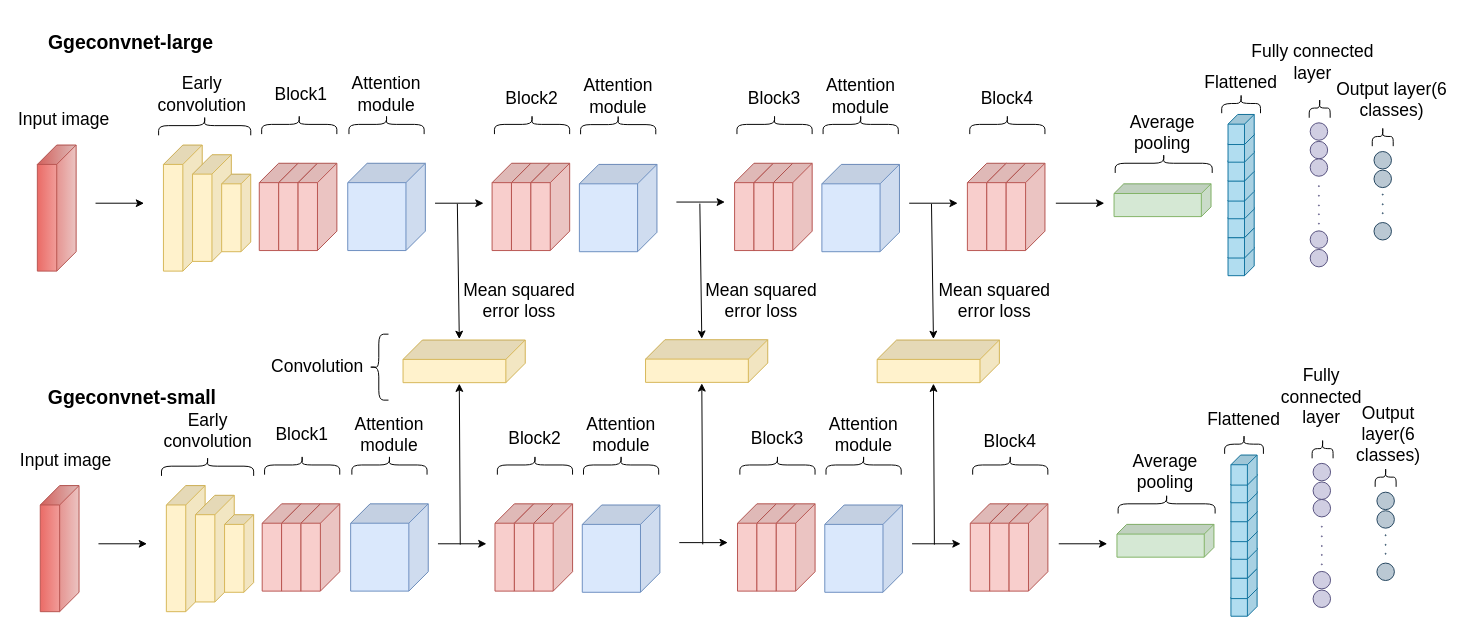
Before: proposed_network.drawio in semihhdemirel/semihhdemirel, a draw.io diagram. Source tidied: cells renumbered, new cells numbered last; positions are measured from the earlier drawing's top-left corner, leaving out a move shared by most shapes. Both pictures are drawn from the tidied source at 97%, with x=0, y=0 at pixel (16, 16).
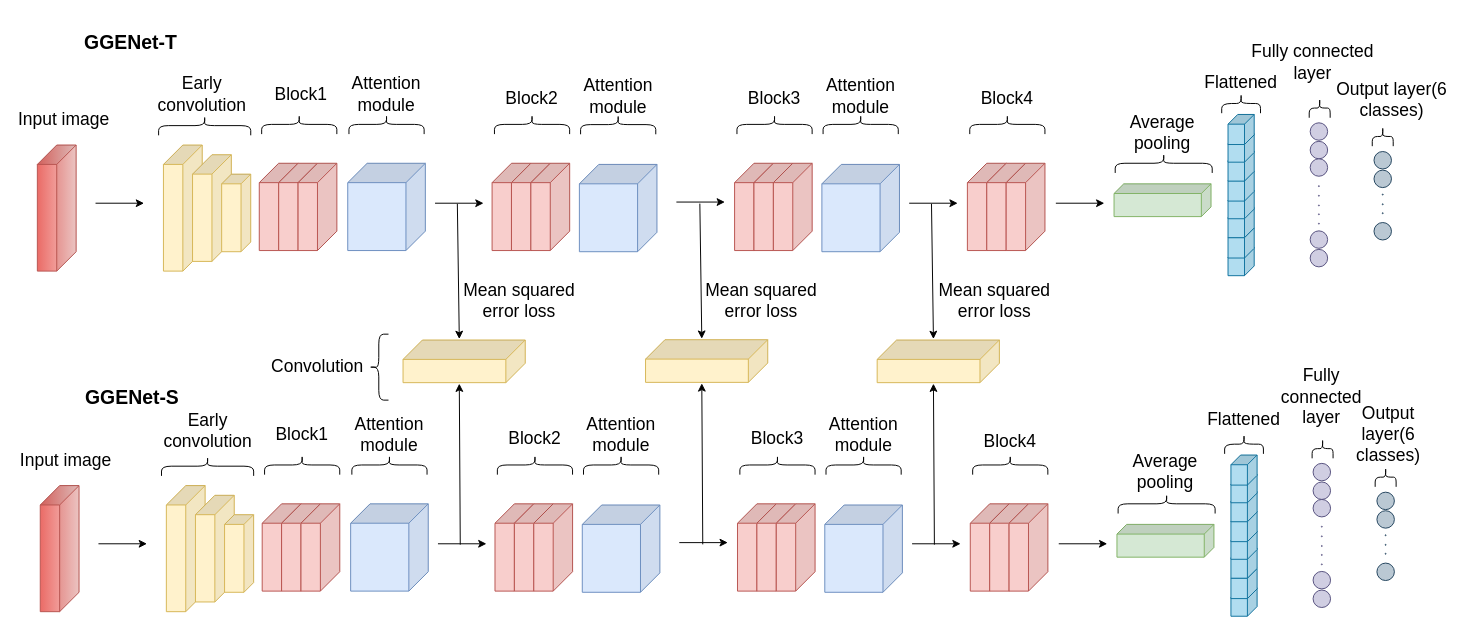
The same diagram, later.

Change to the diagram source:
```diff
@@
-    <mxCell id="164" value="&lt;b style=&quot;font-size: 20px;&quot;&gt;&lt;font style=&quot;font-size: 20px;&quot;&gt;Ggeconvnet-large&lt;/font&gt;&lt;/b&gt;" style="text;html=1;align=center;verticalAlign=middle;whiteSpace=wrap;rounded=0;fontSize=20;" parent="1" vertex="1">
+    <mxCell id="164" value="&lt;b style=&quot;font-size: 20px;&quot;&gt;&lt;font style=&quot;font-size: 20px;&quot;&gt;GGENet-T&lt;/font&gt;&lt;/b&gt;" style="text;html=1;align=center;verticalAlign=middle;whiteSpace=wrap;rounded=0;fontSize=20;" parent="1" vertex="1">
       <mxGeometry x="26.5" width="180.5" height="49" as="geometry" />
     </mxCell>
-    <mxCell id="165" value="&lt;b style=&quot;font-size: 20px;&quot;&gt;&lt;font style=&quot;font-size: 20px;&quot;&gt;Ggeconvnet-small&lt;/font&gt;&lt;/b&gt;" style="text;html=1;align=center;verticalAlign=middle;whiteSpace=wrap;rounded=0;fontSize=20;" parent="1" vertex="1">
+    <mxCell id="165" value="&lt;b style=&quot;font-size: 20px;&quot;&gt;&lt;font style=&quot;font-size: 20px;&quot;&gt;GGENet-S&lt;/font&gt;&lt;/b&gt;" style="text;html=1;align=center;verticalAlign=middle;whiteSpace=wrap;rounded=0;fontSize=20;" parent="1" vertex="1">
       <mxGeometry x="26.5" y="366.6" width="183.5" height="49" as="geometry" />
     </mxCell>
```
